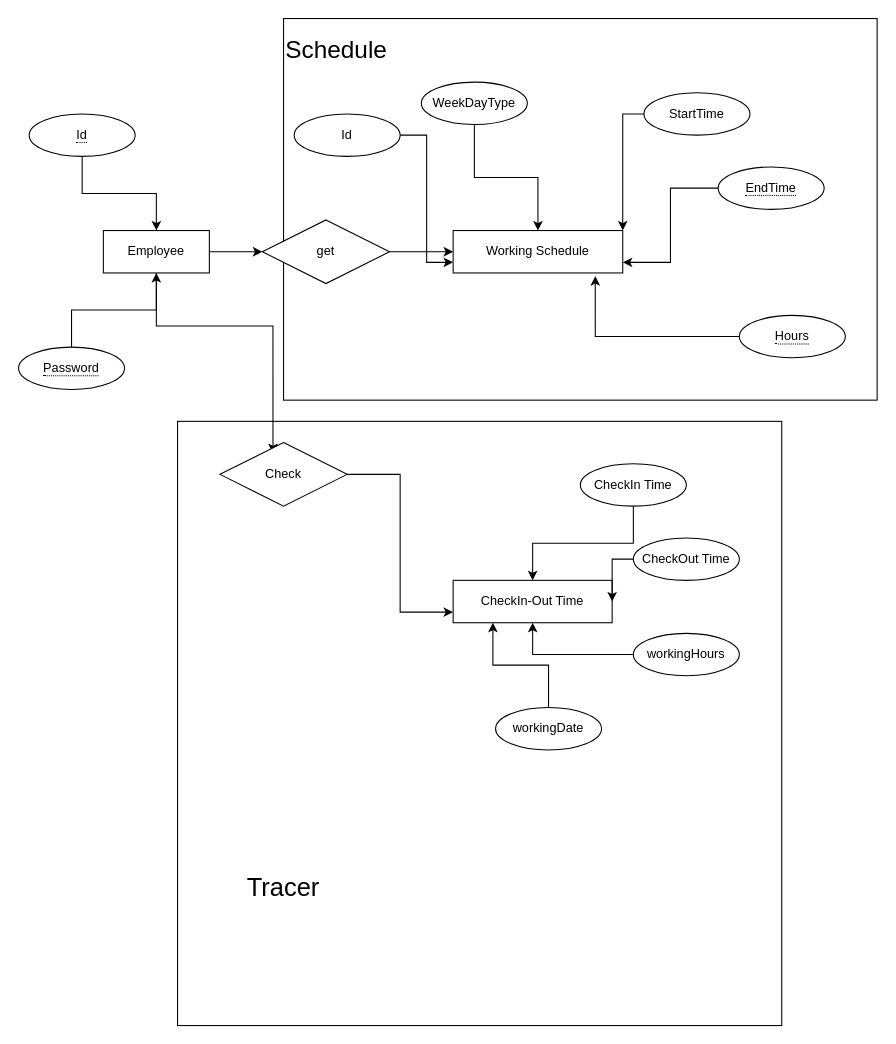
This is EASV.CS20B.FW.WorkScheduleProject.WebApi/Diagrams/Concept.drawio from WojciechWirowski/EASV.CS20B.FW.WorkScheduleProject, a draw.io file, before an edit. Source tidied: cells renumbered, new cells numbered last; positions are measured from the earlier drawing's top-left corner, leaving out a move shared by most shapes. Both pictures are drawn from the tidied source at 106%, with x=0, y=0 at pixel (18, 18).
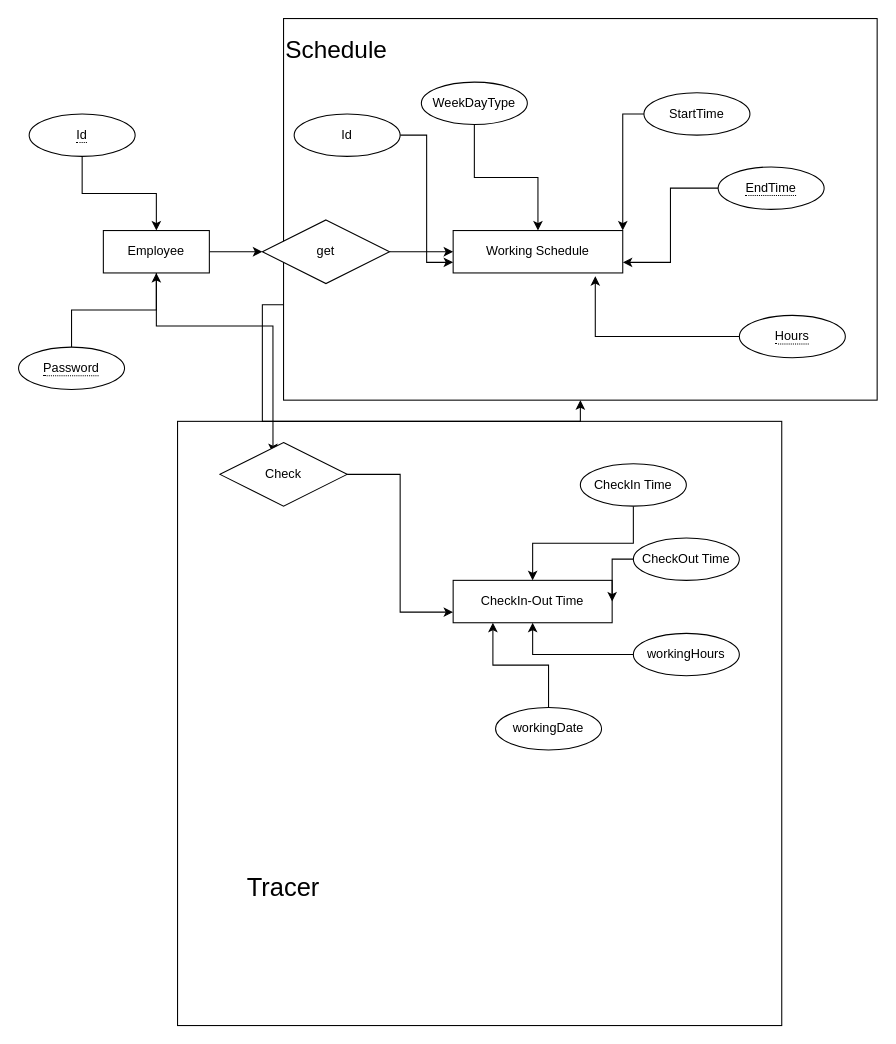
The same page after the edit.

The change refers to these unchanged cells:
```xml
<mxCell id="2" style="rounded=0;whiteSpace=wrap;html=1;" parent="1" vertex="1">
  <mxGeometry x="250" width="560" height="360" as="geometry" />
</mxCell>
```

Change to the diagram source:
```diff
@@
+    <mxCell id="37" style="edgeStyle=orthogonalEdgeStyle;rounded=0;orthogonalLoop=1;jettySize=auto;html=1;exitX=0;exitY=0.75;exitDx=0;exitDy=0;" parent="1" edge="1" source="2" target="2">
+      <mxGeometry relative="1" as="geometry" />
+    </mxCell>
```
